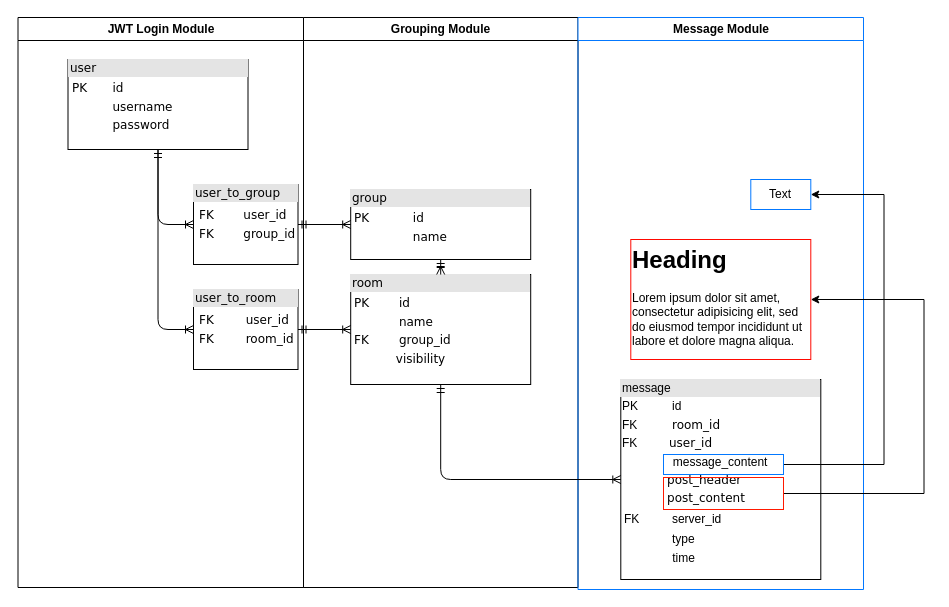
This is discord.drawio from Vinskao/discord, a draw.io file, before an edit. Source tidied: cells renumbered, new cells numbered last; positions are measured from the earlier drawing's top-left corner, leaving out a move shared by most shapes. Both pictures are drawn from the tidied source at 100%, with x=0, y=0 at pixel (17, 17).
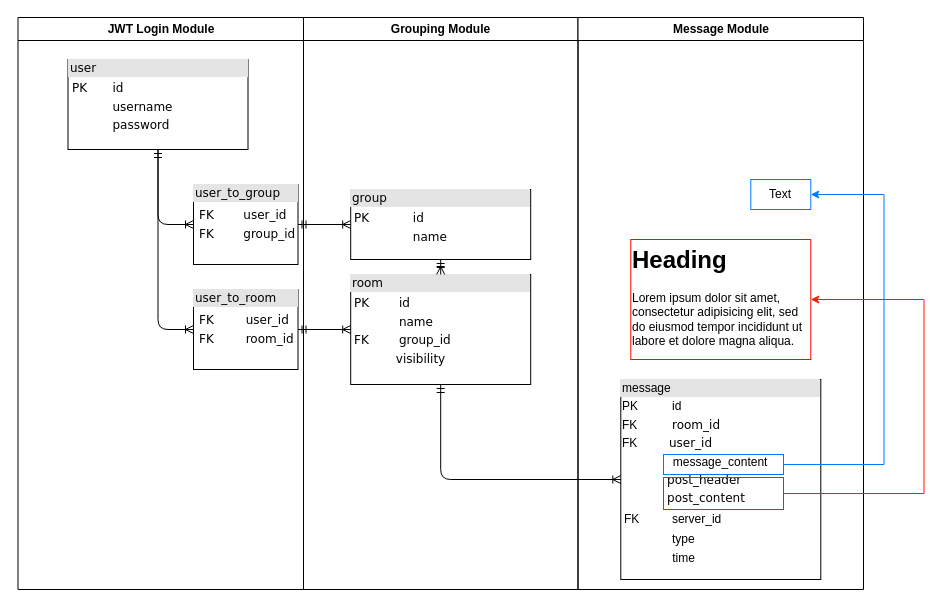
The same diagram, later.

Unchanged cells that the change refers to:
```xml
<mxCell id="14" value="&lt;h1 style=&quot;margin-top: 0px;&quot;&gt;Heading&lt;/h1&gt;&lt;p&gt;Lorem ipsum dolor sit amet, consectetur adipisicing elit, sed do eiusmod tempor incididunt ut labore et dolore magna aliqua.&lt;/p&gt;" style="text;html=1;whiteSpace=wrap;overflow=hidden;rounded=0;strokeColor=#FF0800;" parent="12" vertex="1">
  <mxGeometry x="52.8" y="222" width="180" height="120" as="geometry" />
</mxCell>
<mxCell id="15" value="Text" style="text;html=1;align=center;verticalAlign=middle;whiteSpace=wrap;rounded=0;strokeColor=#0378FF;" parent="12" vertex="1">
  <mxGeometry x="172.8" y="162" width="60" height="30" as="geometry" />
</mxCell>
<mxCell id="17" style="rounded=0;whiteSpace=wrap;html=1;fillColor=none;strokeColor=#FF1900;" parent="12" vertex="1">
  <mxGeometry x="85.5" y="460" width="120" height="32" as="geometry" />
</mxCell>
<mxCell id="19" style="rounded=0;whiteSpace=wrap;html=1;fillColor=none;strokeColor=#0378FF;" parent="12" vertex="1">
  <mxGeometry x="85.5" y="437" width="120" height="20" as="geometry" />
</mxCell>
```

What changed in the source:
```diff
@@
     <mxCell id="2" value="JWT Login Module" style="swimlane;whiteSpace=wrap;startSize=23;" parent="1" vertex="1">
-      <mxGeometry x="0.5" width="285.5" height="570" as="geometry" />
+      <mxGeometry x="0.5" width="285.5" height="572" as="geometry" />
     </mxCell>
@@
     <mxCell id="8" value="Grouping Module" style="swimlane;whiteSpace=wrap;startSize=23;fillColor=default;" parent="1" vertex="1">
-      <mxGeometry x="286" width="274.5" height="570" as="geometry" />
+      <mxGeometry x="286" width="274.5" height="572" as="geometry" />
     </mxCell>
@@
-    <mxCell id="12" value="Message Module" style="swimlane;whiteSpace=wrap;fillColor=default;strokeColor=#0378FF;" parent="1" vertex="1">
+    <mxCell id="12" value="Message Module" style="swimlane;whiteSpace=wrap;fillColor=default;strokeColor=#000000;" parent="1" vertex="1">
       <mxGeometry x="560.5" width="285.5" height="572" as="geometry" />
     </mxCell>
@@
-    <mxCell id="16" style="edgeStyle=orthogonalEdgeStyle;rounded=0;jettySize=auto;html=1;exitX=1;exitY=0.5;exitDx=0;exitDy=0;entryX=1;entryY=0.5;entryDx=0;entryDy=0;" parent="12" edge="1" source="17" target="14">
+    <mxCell id="16" style="edgeStyle=orthogonalEdgeStyle;rounded=0;jettySize=auto;html=1;exitX=1;exitY=0.5;exitDx=0;exitDy=0;entryX=1;entryY=0.5;entryDx=0;entryDy=0;strokeColor=#FF1900;" parent="12" edge="1" source="17" target="14">
       <mxGeometry relative="1" as="geometry">
         <Array as="points">
           <mxPoint x="346" y="476" />
           <mxPoint x="346" y="282" />
         </Array>
       </mxGeometry>
     </mxCell>
@@
-    <mxCell id="18" style="edgeStyle=orthogonalEdgeStyle;rounded=0;jettySize=auto;html=1;exitX=1;exitY=0.5;exitDx=0;exitDy=0;entryX=1;entryY=0.5;entryDx=0;entryDy=0;" parent="12" edge="1" source="19" target="15">
+    <mxCell id="18" style="edgeStyle=orthogonalEdgeStyle;rounded=0;jettySize=auto;html=1;exitX=1;exitY=0.5;exitDx=0;exitDy=0;entryX=1;entryY=0.5;entryDx=0;entryDy=0;strokeColor=#0378FF;" parent="12" edge="1" source="19" target="15">
       <mxGeometry relative="1" as="geometry">
         <Array as="points">
           <mxPoint x="306" y="447" />
           <mxPoint x="306" y="177" />
         </Array>
       </mxGeometry>
     </mxCell>
```
